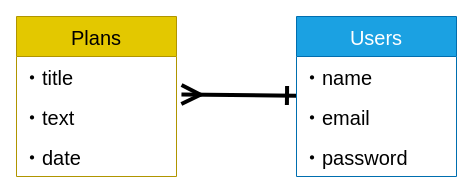
Above: table.dio in mozu888/taskapp (draw.io), before the change. Source tidied: cells renumbered, new cells numbered last; positions are measured from the earlier drawing's top-left corner, leaving out a move shared by most shapes. Both pictures are drawn from the tidied source at 100%, with x=0, y=0 at pixel (16, 16).
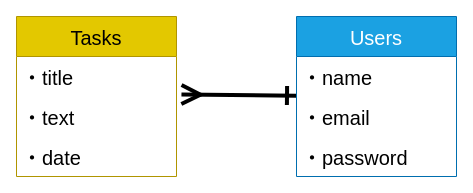
Above is the later version.

The edit, as a diff of the source:
```diff
@@
 <mxGraphModel>
   <root>
     <mxCell id="0" />
     <mxCell id="1" parent="0" />
-    <mxCell id="2" value="Plans" style="swimlane;fontStyle=0;horizontal=1;startSize=40;align=center;fontSize=20;fillColor=#e3c800;strokeColor=#B09500;swimlaneFillColor=#ffffff;fontColor=#000000;" parent="1" vertex="1">
+    <mxCell id="2" value="Tasks" style="swimlane;fontStyle=0;horizontal=1;startSize=40;align=center;fontSize=20;fillColor=#e3c800;strokeColor=#B09500;swimlaneFillColor=#ffffff;fontColor=#000000;" parent="1" vertex="1">
       <mxGeometry width="160" height="160" as="geometry" />
     </mxCell>
     <mxCell id="3" value="・title" style="text;strokeColor=none;fillColor=none;spacingLeft=4;spacingRight=4;overflow=hidden;fontSize=20;align=left;verticalAlign=middle;fontColor=#000000;" parent="2" vertex="1">
       <mxGeometry y="40" width="160" height="40" as="geometry" />
     </mxCell>
     <mxCell id="4" value="・text" style="text;strokeColor=none;fillColor=none;spacingLeft=4;spacingRight=4;overflow=hidden;points=[[0,0.5],[1,0.5]];portConstraint=eastwest;fontSize=20;verticalAlign=middle;fontColor=#000000;" parent="2" vertex="1">
       <mxGeometry y="80" width="160" height="40" as="geometry" />
     </mxCell>
     <mxCell id="5" value="・date" style="text;strokeColor=none;fillColor=none;spacingLeft=4;spacingRight=4;overflow=hidden;fontSize=20;verticalAlign=middle;horizontal=1;labelPosition=center;verticalLabelPosition=middle;align=left;fontColor=#000000;" parent="2" vertex="1">
       <mxGeometry y="120" width="160" height="40" as="geometry" />
     </mxCell>
     <mxCell id="6" style="edgeStyle=none;html=1;entryX=1.031;entryY=-0.05;entryDx=0;entryDy=0;entryPerimeter=0;startArrow=ERone;startFill=0;endArrow=ERmany;endFill=0;strokeWidth=4;endSize=14;startSize=14;" parent="1" edge="1" source="7" target="4">
       <mxGeometry relative="1" as="geometry" />
     </mxCell>
     <mxCell id="7" value="Users" style="swimlane;fontStyle=0;horizontal=1;startSize=40;align=center;fontSize=20;fontColor=#ffffff;fillColor=#1ba1e2;strokeColor=#006EAF;swimlaneFillColor=#ffffff;" parent="1" vertex="1">
       <mxGeometry x="280" width="160" height="160" as="geometry" />
     </mxCell>
     <mxCell id="8" value="・name" style="text;strokeColor=none;fillColor=none;spacingLeft=4;spacingRight=4;overflow=hidden;fontSize=20;verticalAlign=middle;fontColor=#000000;" parent="7" vertex="1">
       <mxGeometry y="40" width="160" height="40" as="geometry" />
     </mxCell>
     <mxCell id="9" value="・email" style="text;strokeColor=none;fillColor=none;spacingLeft=4;spacingRight=4;overflow=hidden;fontSize=20;verticalAlign=middle;fontColor=#000000;" parent="7" vertex="1">
       <mxGeometry y="80" width="160" height="40" as="geometry" />
     </mxCell>
     <mxCell id="10" value="・password" style="text;strokeColor=none;fillColor=none;spacingLeft=4;spacingRight=4;overflow=hidden;fontSize=20;verticalAlign=middle;fontColor=#000000;" parent="7" vertex="1">
       <mxGeometry y="120" width="160" height="40" as="geometry" />
     </mxCell>
   </root>
 </mxGraphModel>
```
